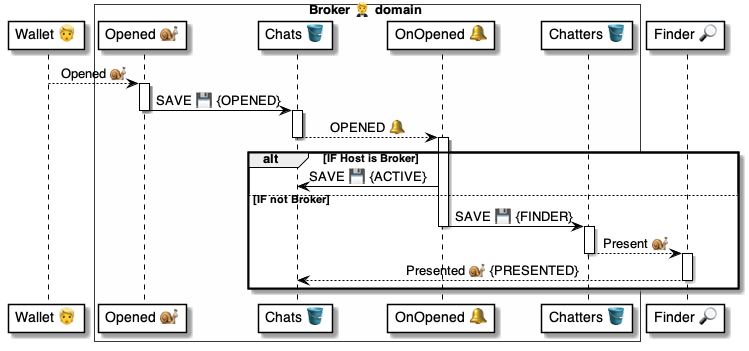
Above: 4 ⚙️ Solution/20 🧑‍🦰 UI/Brokers 🤵/🤵🪣 Broker tables/Chats 💬 table/🪣🧱 14 Opened 🔔 event/🤵 OnChatOpened ⚙️ uml.png in pollyweb-org/pollyweb-docs (PlantUML), before the change. Its source is kept beside it as 4 ⚙️ Solution/20 🧑‍🦰 UI/Brokers 🤵/🤵🪣 Broker tables/Chats 💬 table/🪣🧱 14 Opened 🔔 event/🤵 OnChatOpened ⚙️ uml.puml.
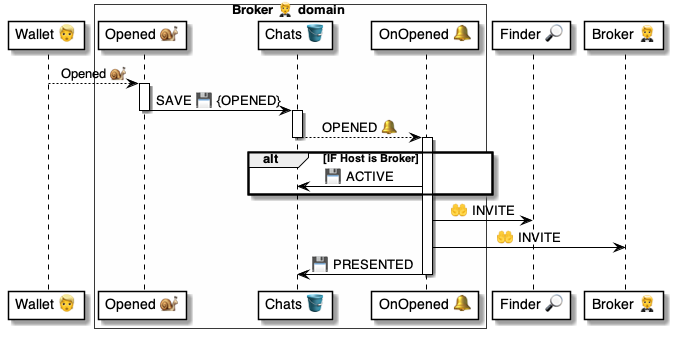
Above is the later version.

Change to the diagram source:
```diff
@@ -1,16 +1,13 @@
 @startuml OnChatOpened
 
 participant "Wallet 👱" as wallet
-
 box Broker 🤵 domain #FFFFFA
     participant "Opened 🐌" as script
     participant "Chats 🪣" as chats
     participant "OnOpened 🔔" as handler
-    participant "Chatters 🪣" as chatters
 end box
-
 participant "Finder 🔎" as finder
-
+participant "Broker 🤵" as broker
 
 
 wallet --> script: Opened 🐌
@@ -26,22 +23,15 @@
 alt IF Host is Broker
 
     activate handler
-        handler -> chats: SAVE 💾 {ACTIVE}
+        handler -> chats: 💾 ACTIVE
 
-else IF not Broker
+end
 
 
-        handler -> chatters: SAVE 💾 {FINDER}
+        handler -> finder: 🤲 INVITE
+        handler -> broker: 🤲 INVITE
+        handler -> chats: 💾 PRESENTED
     deactivate handler
 
-    activate chatters
-        chatters --> finder: Present 🐌
-    deactivate chatters
-
-    activate finder
-        finder --> chats: Presented 🐌 {PRESENTED}
-    deactivate finder
-
-end alt
 
 @enduml
```
